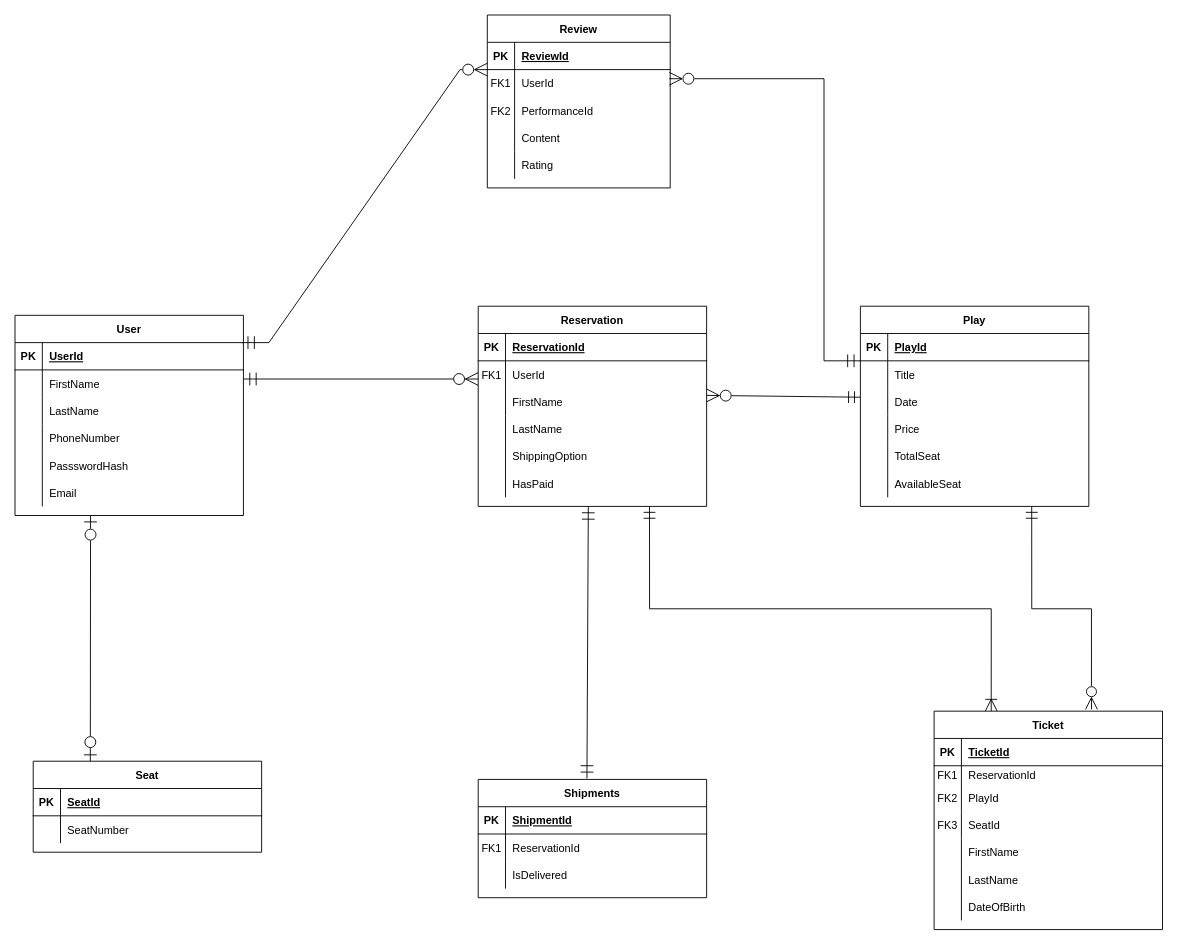
Earlier version of the draw.io diagram Untitled Diagram.drawio (jefsamo/gct-ticketing-system). Source tidied: cells renumbered, new cells numbered last; positions are measured from the earlier drawing's top-left corner, leaving out a move shared by most shapes. Both pictures are drawn from the tidied source at 91%, with x=0, y=0 at pixel (15, 15).
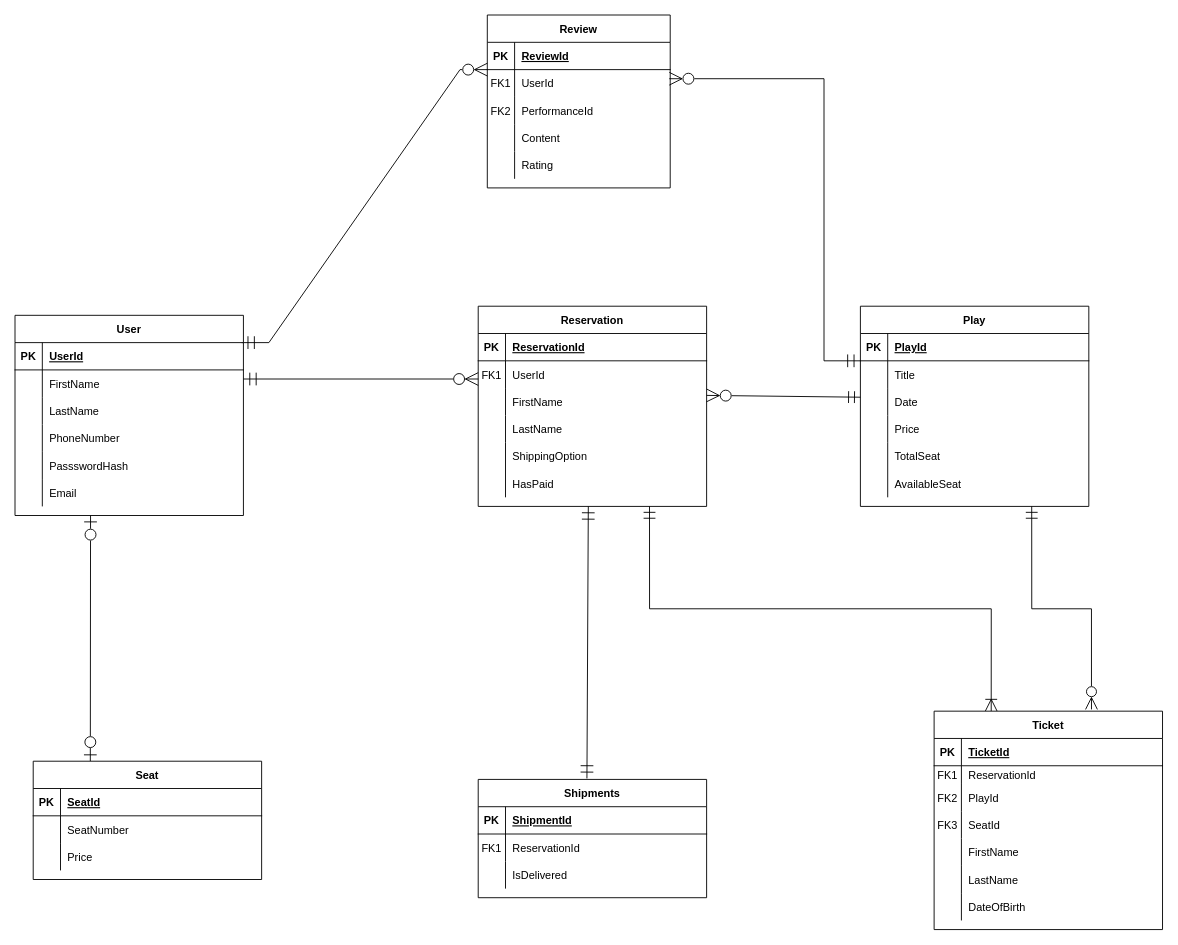
After the change.

Change to the diagram source:
```diff
@@
     <mxCell id="76" value="Seat" style="shape=table;startSize=30;childLayout=tableLayout;rowLines=0;fontStyle=1;align=center;" parent="1" vertex="1">
-      <mxGeometry x="20" y="820" width="251" height="100" as="geometry" />
+      <mxGeometry x="20" y="820" width="251" height="130" as="geometry" />
     </mxCell>
@@
+    <mxCell id="124" style="shape=partialRectangle;fillColor=none;top=0;left=0;right=0;bottom=0;" parent="76" vertex="1">
+      <mxGeometry y="90" width="251" height="30" as="geometry" />
+    </mxCell>
+    <mxCell id="125" style="shape=partialRectangle;overflow=hidden;fillColor=none;top=0;left=0;bottom=0;right=0;" parent="124" vertex="1">
+      <mxGeometry width="30" height="30" as="geometry" />
+    </mxCell>
+    <mxCell id="126" value="Price" style="shape=partialRectangle;overflow=hidden;fillColor=none;top=0;left=0;bottom=0;right=0;align=left;spacingLeft=6;" parent="124" vertex="1">
+      <mxGeometry x="30" width="221" height="30" as="geometry" />
+    </mxCell>
```
